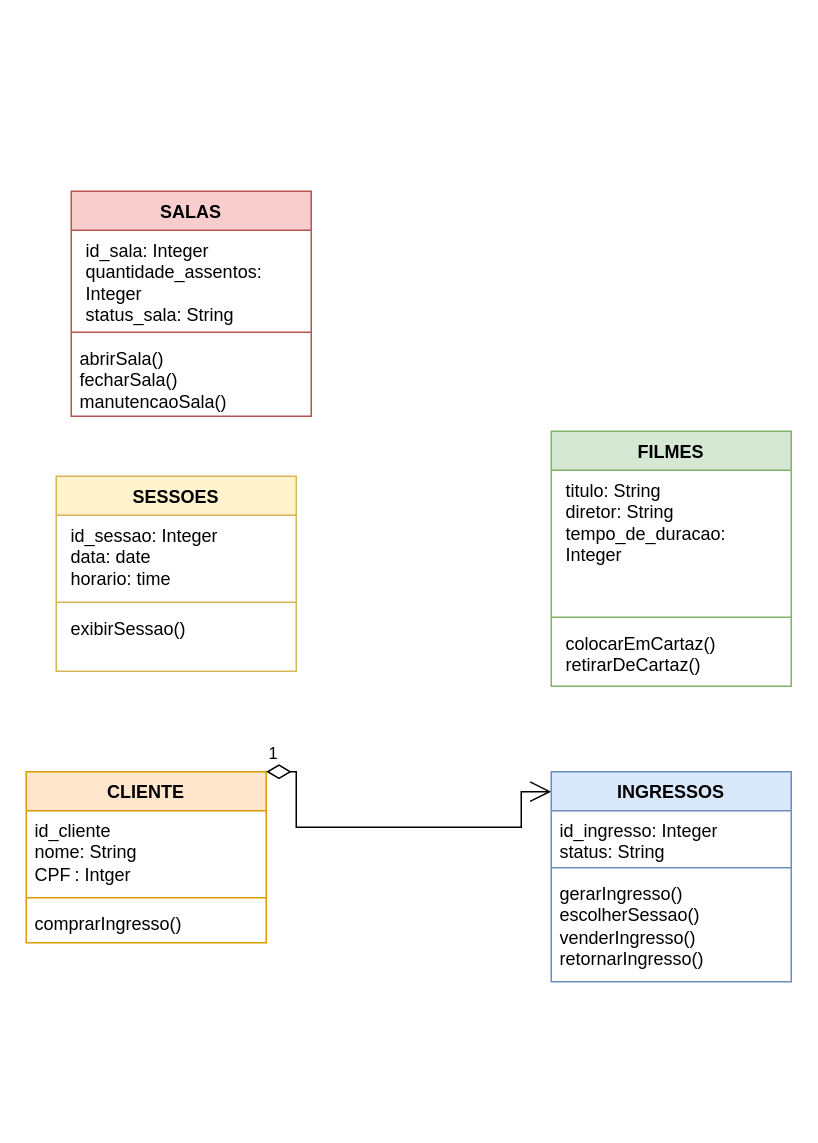
Above: 3°_SEMESTRE/BACK_END/exercicios/exercicio_cinema.drawio in monica-manfrinato/SENAI (draw.io), before the change. Source tidied: cells renumbered, new cells numbered last; positions are measured from the earlier drawing's top-left corner, leaving out a move shared by most shapes. Both pictures are drawn from the tidied source at 150%, with x=0, y=0 at pixel (26, 190).
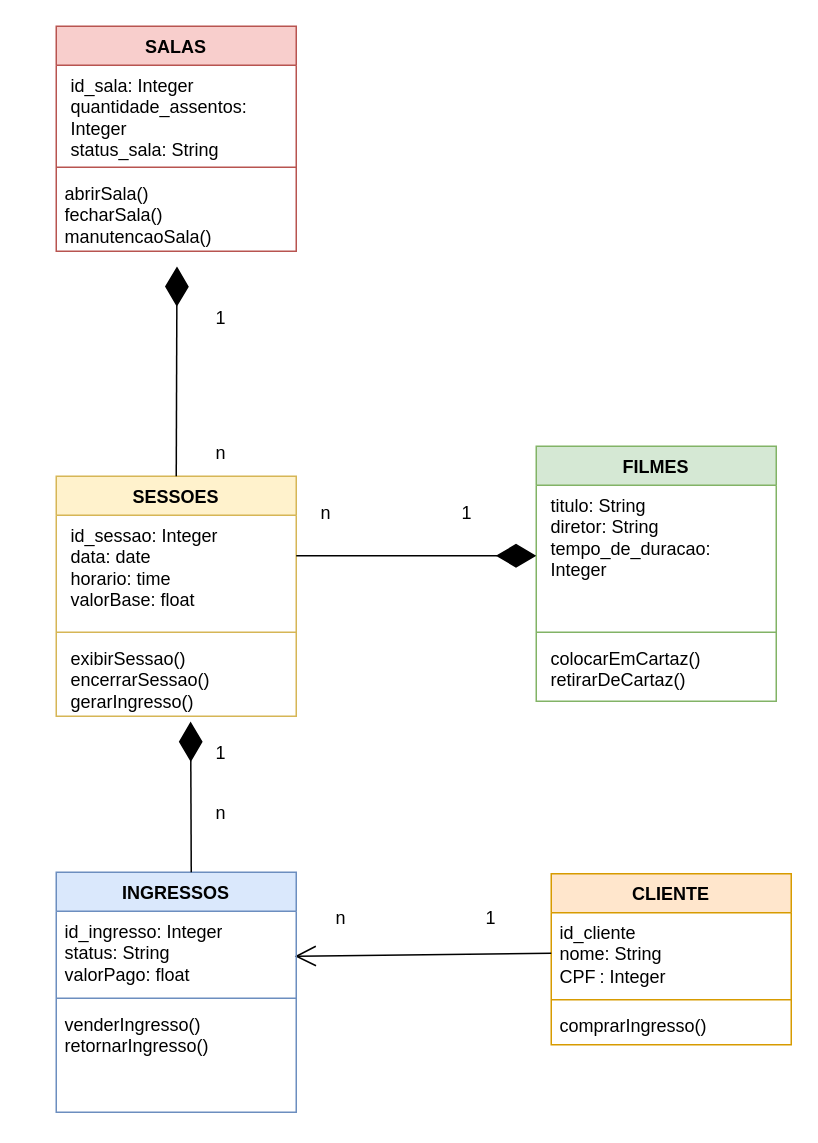
After the change.

The change refers to these unchanged cells:
```xml
<mxCell id="12" value="&lt;div&gt;&lt;p style=&quot;margin: 0px 0px 0px 4px;&quot;&gt;titulo: String&lt;/p&gt;&lt;p style=&quot;margin: 0px 0px 0px 4px;&quot;&gt;diretor: String&lt;br&gt;tempo_de_duracao: Integer&lt;/p&gt;&lt;p style=&quot;margin: 0px 0px 0px 4px;&quot;&gt;&lt;br&gt;&lt;/p&gt;&lt;/div&gt;" style="text;strokeColor=none;fillColor=none;align=left;verticalAlign=top;spacingLeft=4;spacingRight=4;overflow=hidden;points=[[0,0.5],[1,0.5]];portConstraint=eastwest;whiteSpace=wrap;html=1;" parent="11" vertex="1">
  <mxGeometry y="26" width="160" height="94" as="geometry" />
</mxCell>
```

The edit, as a diff of the source:
```diff
@@
     <mxCell id="2" value="SESSOES" style="swimlane;fontStyle=1;align=center;verticalAlign=top;horizontal=1;startSize=26;whiteSpace=wrap;html=1;fillColor=#fff2cc;strokeColor=#d6b656;" parent="1" vertex="1">
-      <mxGeometry x="20" y="190" width="160" height="130" as="geometry" />
+      <mxGeometry x="20" y="190" width="160" height="160" as="geometry" />
     </mxCell>
-    <mxCell id="3" value="&lt;p style=&quot;margin: 0px 0px 0px 4px;&quot;&gt;id_sessao: Integer&lt;/p&gt;&lt;p style=&quot;margin: 0px 0px 0px 4px;&quot;&gt;data: date&lt;/p&gt;&lt;p style=&quot;margin: 0px 0px 0px 4px;&quot;&gt;horario: time&lt;/p&gt;" style="text;strokeColor=none;fillColor=none;align=left;verticalAlign=top;spacingLeft=4;spacingRight=4;overflow=hidden;whiteSpace=wrap;html=1;" parent="2" vertex="1">
-      <mxGeometry y="26" width="160" height="54" as="geometry" />
+    <mxCell id="3" value="&lt;p style=&quot;margin: 0px 0px 0px 4px;&quot;&gt;id_sessao: Integer&lt;/p&gt;&lt;p style=&quot;margin: 0px 0px 0px 4px;&quot;&gt;data: date&lt;/p&gt;&lt;p style=&quot;margin: 0px 0px 0px 4px;&quot;&gt;horario: time&lt;/p&gt;&lt;p style=&quot;margin: 0px 0px 0px 4px;&quot;&gt;valorBase: float&lt;/p&gt;&lt;p style=&quot;margin: 0px 0px 0px 4px;&quot;&gt;&lt;br&gt;&lt;/p&gt;" style="text;strokeColor=none;fillColor=none;align=left;verticalAlign=top;spacingLeft=4;spacingRight=4;overflow=hidden;whiteSpace=wrap;html=1;" parent="2" vertex="1">
+      <mxGeometry y="26" width="160" height="74" as="geometry" />
     </mxCell>
     <mxCell id="4" style="line;strokeWidth=1;fillColor=none;align=left;verticalAlign=middle;spacingTop=-1;spacingLeft=3;spacingRight=3;labelPosition=right;strokeColor=inherit;" parent="2" vertex="1">
-      <mxGeometry y="80" width="160" height="8" as="geometry" />
+      <mxGeometry y="100" width="160" height="8" as="geometry" />
     </mxCell>
-    <mxCell id="5" value="&lt;p style=&quot;margin: 0px 0px 0px 4px;&quot;&gt;exibirSessao()&lt;/p&gt;" style="text;strokeColor=none;fillColor=none;align=left;verticalAlign=top;spacingLeft=4;spacingRight=4;overflow=hidden;points=[[0,0.5],[1,0.5]];portConstraint=eastwest;whiteSpace=wrap;html=1;" parent="2" vertex="1">
-      <mxGeometry y="88" width="160" height="42" as="geometry" />
+    <mxCell id="5" value="&lt;p style=&quot;margin: 0px 0px 0px 4px;&quot;&gt;exibirSessao()&lt;/p&gt;&lt;p style=&quot;margin: 0px 0px 0px 4px;&quot;&gt;encerrarSessao()&lt;/p&gt;&lt;p style=&quot;margin: 0px 0px 0px 4px;&quot;&gt;gerarIngresso()&lt;/p&gt;" style="text;strokeColor=none;fillColor=none;align=left;verticalAlign=top;spacingLeft=4;spacingRight=4;overflow=hidden;points=[[0,0.5],[1,0.5]];portConstraint=eastwest;whiteSpace=wrap;html=1;" parent="2" vertex="1">
+      <mxGeometry y="108" width="160" height="52" as="geometry" />
     </mxCell>
     <mxCell id="6" value="CLIENTE" style="swimlane;fontStyle=1;align=center;verticalAlign=top;horizontal=1;startSize=26;whiteSpace=wrap;html=1;fillColor=#ffe6cc;strokeColor=#d79b00;" parent="1" vertex="1">
-      <mxGeometry y="387" width="160" height="114" as="geometry" />
+      <mxGeometry x="350" y="455" width="160" height="114" as="geometry" />
     </mxCell>
-    <mxCell id="7" value="1" style="endArrow=open;html=1;endSize=12;startArrow=diamondThin;startSize=14;startFill=0;edgeStyle=orthogonalEdgeStyle;align=left;verticalAlign=bottom;rounded=0;" parent="6" edge="1">
-      <mxGeometry x="-1" y="3" relative="1" as="geometry">
-        <mxPoint x="160" as="sourcePoint" />
-        <mxPoint x="350" y="13.3" as="targetPoint" />
-        <Array as="points">
-          <mxPoint x="180" />
-          <mxPoint x="180" y="37" />
-          <mxPoint x="330" y="37" />
-          <mxPoint x="330" y="13" />
-        </Array>
-      </mxGeometry>
-    </mxCell>
-    <mxCell id="8" value="&lt;div&gt;id_cliente&lt;/div&gt;nome: String&lt;div&gt;CPF&lt;span style=&quot;white-space: pre;&quot;&gt;&#9;&lt;/span&gt;: Intger&lt;/div&gt;" style="text;strokeColor=none;fillColor=none;align=left;verticalAlign=top;spacingLeft=4;spacingRight=4;overflow=hidden;points=[[0,0.5],[1,0.5]];portConstraint=eastwest;whiteSpace=wrap;html=1;" parent="6" vertex="1">
+    <mxCell id="8" value="&lt;div&gt;id_cliente&lt;/div&gt;nome: String&lt;div&gt;CPF&lt;span style=&quot;white-space: pre;&quot;&gt;&#9;&lt;/span&gt;: Integer&lt;/div&gt;" style="text;strokeColor=none;fillColor=none;align=left;verticalAlign=top;spacingLeft=4;spacingRight=4;overflow=hidden;points=[[0,0.5],[1,0.5]];portConstraint=eastwest;whiteSpace=wrap;html=1;" parent="6" vertex="1">
       <mxGeometry y="26" width="160" height="54" as="geometry" />
     </mxCell>
@@
+    <mxCell id="23" style="endArrow=open;endFill=1;endSize=12;html=1;rounded=0;entryX=0;entryY=0.5;entryDx=0;entryDy=0;exitX=0;exitY=0.5;exitDx=0;exitDy=0;" parent="6" edge="1" source="8">
+      <mxGeometry relative="1" as="geometry">
+        <mxPoint x="-171" y="55" as="targetPoint" />
+      </mxGeometry>
+    </mxCell>
     <mxCell id="11" value="FILMES" style="swimlane;fontStyle=1;align=center;verticalAlign=top;horizontal=1;startSize=26;whiteSpace=wrap;html=1;fillColor=#d5e8d4;strokeColor=#82b366;" parent="1" vertex="1">
-      <mxGeometry x="350" y="160" width="160" height="170" as="geometry" />
+      <mxGeometry x="340" y="170" width="160" height="170" as="geometry" />
     </mxCell>
@@
     <mxCell id="15" value="SALAS" style="swimlane;fontStyle=1;align=center;verticalAlign=top;horizontal=1;startSize=26;whiteSpace=wrap;html=1;fillColor=#f8cecc;strokeColor=#b85450;" parent="1" vertex="1">
-      <mxGeometry x="30" width="160" height="150" as="geometry" />
+      <mxGeometry x="20" y="-110" width="160" height="150" as="geometry" />
     </mxCell>
@@
-    <mxCell id="18" value="abrirSala()&lt;div&gt;fecharSala()&lt;/div&gt;&lt;div&gt;manutencaoSala()&lt;/div&gt;" style="text;strokeColor=none;fillColor=none;align=left;verticalAlign=top;spacingLeft=4;spacingRight=4;overflow=hidden;points=[[0,0.5],[1,0.5]];portConstraint=eastwest;whiteSpace=wrap;html=1;" parent="15" vertex="1">
+    <mxCell id="18" value="abrirSala()&lt;div&gt;fecharSala()&lt;/div&gt;&lt;div&gt;manutencaoSala()&lt;/div&gt;&lt;div&gt;&lt;br&gt;&lt;/div&gt;" style="text;strokeColor=none;fillColor=none;align=left;verticalAlign=top;spacingLeft=4;spacingRight=4;overflow=hidden;points=[[0,0.5],[1,0.5]];portConstraint=eastwest;whiteSpace=wrap;html=1;" parent="15" vertex="1">
       <mxGeometry y="98" width="160" height="52" as="geometry" />
     </mxCell>
     <mxCell id="19" value="INGRESSOS" style="swimlane;fontStyle=1;align=center;verticalAlign=top;horizontal=1;startSize=26;whiteSpace=wrap;html=1;fillColor=#dae8fc;strokeColor=#6c8ebf;" parent="1" vertex="1">
-      <mxGeometry x="350" y="387" width="160" height="140" as="geometry" />
+      <mxGeometry x="20" y="454" width="160" height="160" as="geometry" />
     </mxCell>
-    <mxCell id="20" value="id_ingresso: Integer&lt;div&gt;status: String&lt;br&gt;&lt;div&gt;&lt;br&gt;&lt;/div&gt;&lt;/div&gt;" style="text;strokeColor=none;fillColor=none;align=left;verticalAlign=top;spacingLeft=4;spacingRight=4;overflow=hidden;whiteSpace=wrap;html=1;" parent="19" vertex="1">
-      <mxGeometry y="26" width="160" height="34" as="geometry" />
+    <mxCell id="20" value="id_ingresso: Integer&lt;div&gt;status: String&lt;/div&gt;&lt;div&gt;valorPago: float&lt;/div&gt;&lt;div&gt;&lt;br&gt;&lt;div&gt;&lt;br&gt;&lt;/div&gt;&lt;/div&gt;" style="text;strokeColor=none;fillColor=none;align=left;verticalAlign=top;spacingLeft=4;spacingRight=4;overflow=hidden;whiteSpace=wrap;html=1;" parent="19" vertex="1">
+      <mxGeometry y="26" width="160" height="54" as="geometry" />
     </mxCell>
     <mxCell id="21" style="line;strokeWidth=1;fillColor=none;align=left;verticalAlign=middle;spacingTop=-1;spacingLeft=3;spacingRight=3;labelPosition=right;strokeColor=inherit;" parent="19" vertex="1">
-      <mxGeometry y="60" width="160" height="8" as="geometry" />
+      <mxGeometry y="80" width="160" height="8" as="geometry" />
     </mxCell>
-    <mxCell id="22" value="&lt;div&gt;gerarIngresso()&lt;/div&gt;&lt;div&gt;escolherSessao()&lt;/div&gt;&lt;div&gt;venderIngresso()&lt;/div&gt;&lt;div&gt;retornarIngresso()&lt;/div&gt;" style="text;strokeColor=none;fillColor=none;align=left;verticalAlign=top;spacingLeft=4;spacingRight=4;overflow=hidden;whiteSpace=wrap;html=1;" parent="19" vertex="1">
-      <mxGeometry y="68" width="160" height="72" as="geometry" />
+    <mxCell id="22" value="&lt;div&gt;&lt;span style=&quot;background-color: transparent; color: light-dark(rgb(0, 0, 0), rgb(255, 255, 255));&quot;&gt;venderIngresso()&lt;/span&gt;&lt;/div&gt;&lt;div&gt;retornarIngresso()&lt;/div&gt;" style="text;strokeColor=none;fillColor=none;align=left;verticalAlign=top;spacingLeft=4;spacingRight=4;overflow=hidden;whiteSpace=wrap;html=1;" parent="19" vertex="1">
+      <mxGeometry y="88" width="160" height="72" as="geometry" />
     </mxCell>
+    <mxCell id="24" style="endArrow=diamondThin;endFill=1;endSize=24;html=1;rounded=0;entryX=0.503;entryY=1.194;entryDx=0;entryDy=0;exitX=0.5;exitY=0;exitDx=0;exitDy=0;entryPerimeter=0;" parent="1" edge="1" source="2" target="18">
+      <mxGeometry relative="1" as="geometry" />
+    </mxCell>
+    <mxCell id="25" style="endArrow=diamondThin;endFill=1;endSize=24;html=1;rounded=0;entryX=0;entryY=0.5;entryDx=0;entryDy=0;" parent="1" edge="1" target="12">
+      <mxGeometry relative="1" as="geometry">
+        <mxPoint x="180" y="243" as="sourcePoint" />
+      </mxGeometry>
+    </mxCell>
+    <mxCell id="26" value="n" style="text;html=1;whiteSpace=wrap;strokeColor=none;fillColor=none;align=center;verticalAlign=middle;rounded=0;" parent="1" vertex="1">
+      <mxGeometry x="170" y="200" width="60" height="30" as="geometry" />
+    </mxCell>
+    <mxCell id="27" value="1" style="text;html=1;whiteSpace=wrap;strokeColor=none;fillColor=none;align=center;verticalAlign=middle;rounded=0;" parent="1" vertex="1">
+      <mxGeometry x="264" y="200" width="60" height="30" as="geometry" />
+    </mxCell>
+    <mxCell id="28" value="1" style="text;html=1;whiteSpace=wrap;strokeColor=none;fillColor=none;align=center;verticalAlign=middle;rounded=0;" parent="1" vertex="1">
+      <mxGeometry x="100" y="360" width="60" height="30" as="geometry" />
+    </mxCell>
+    <mxCell id="29" value="n" style="text;html=1;whiteSpace=wrap;strokeColor=none;fillColor=none;align=center;verticalAlign=middle;rounded=0;" parent="1" vertex="1">
+      <mxGeometry x="100" y="400" width="60" height="30" as="geometry" />
+    </mxCell>
+    <mxCell id="30" value="n" style="text;html=1;whiteSpace=wrap;strokeColor=none;fillColor=none;align=center;verticalAlign=middle;rounded=0;" parent="1" vertex="1">
+      <mxGeometry x="100" y="160" width="60" height="30" as="geometry" />
+    </mxCell>
+    <mxCell id="31" value="1" style="text;html=1;whiteSpace=wrap;strokeColor=none;fillColor=none;align=center;verticalAlign=middle;rounded=0;" parent="1" vertex="1">
+      <mxGeometry x="100" y="70" width="60" height="30" as="geometry" />
+    </mxCell>
+    <mxCell id="32" value="1" style="text;html=1;whiteSpace=wrap;strokeColor=none;fillColor=none;align=center;verticalAlign=middle;rounded=0;" parent="1" vertex="1">
+      <mxGeometry x="280" y="470" width="60" height="30" as="geometry" />
+    </mxCell>
+    <mxCell id="33" value="n" style="text;html=1;whiteSpace=wrap;strokeColor=none;fillColor=none;align=center;verticalAlign=middle;rounded=0;" parent="1" vertex="1">
+      <mxGeometry x="180" y="470" width="60" height="30" as="geometry" />
+    </mxCell>
+    <mxCell id="34" style="endArrow=diamondThin;endFill=1;endSize=24;html=1;rounded=0;exitX=0.56;exitY=1.068;exitDx=0;exitDy=0;exitPerimeter=0;entryX=0.56;entryY=1.068;entryDx=0;entryDy=0;entryPerimeter=0;" parent="1" edge="1" target="5">
+      <mxGeometry relative="1" as="geometry">
+        <mxPoint x="110" y="454" as="sourcePoint" />
+      </mxGeometry>
+    </mxCell>
```
